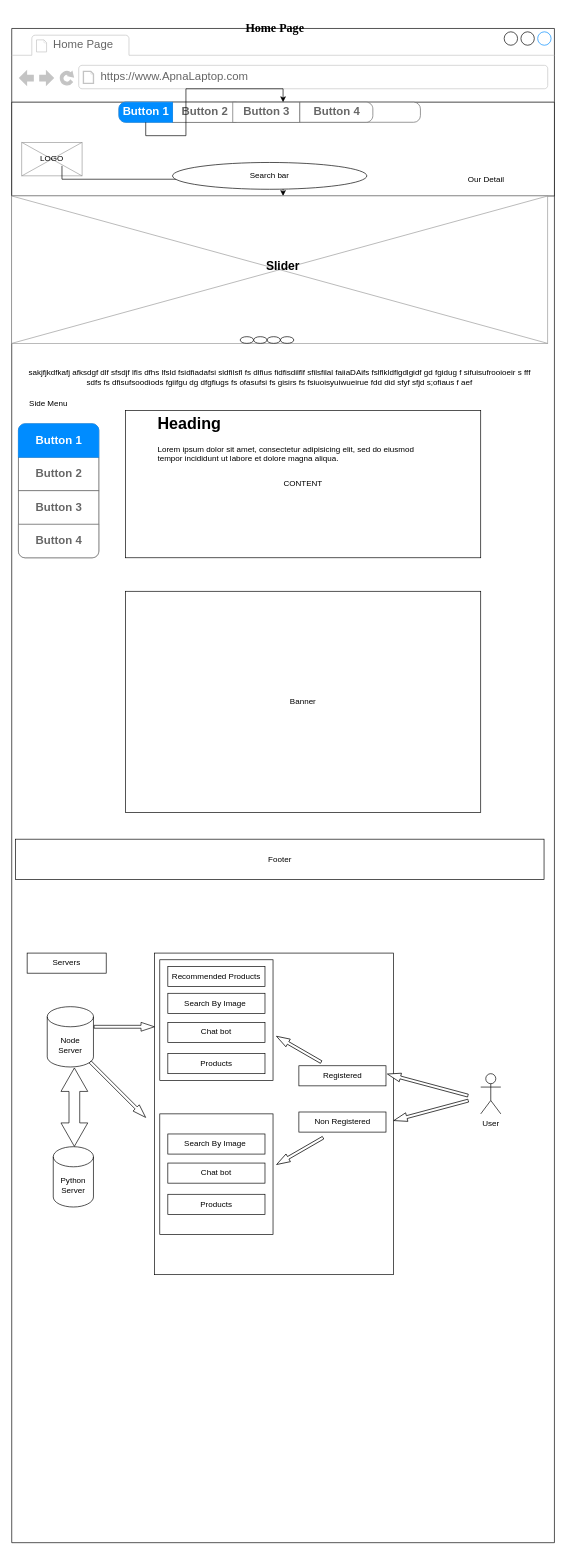
The draw.io diagram HomePage.drawio in Hamza8479/Wireframe, before the edit. Source tidied: cells renumbered, new cells numbered last; positions are measured from the earlier drawing's top-left corner, leaving out a move shared by most shapes. Both pictures are drawn from the tidied source at 67%, with x=0, y=0 at pixel (11, 21).
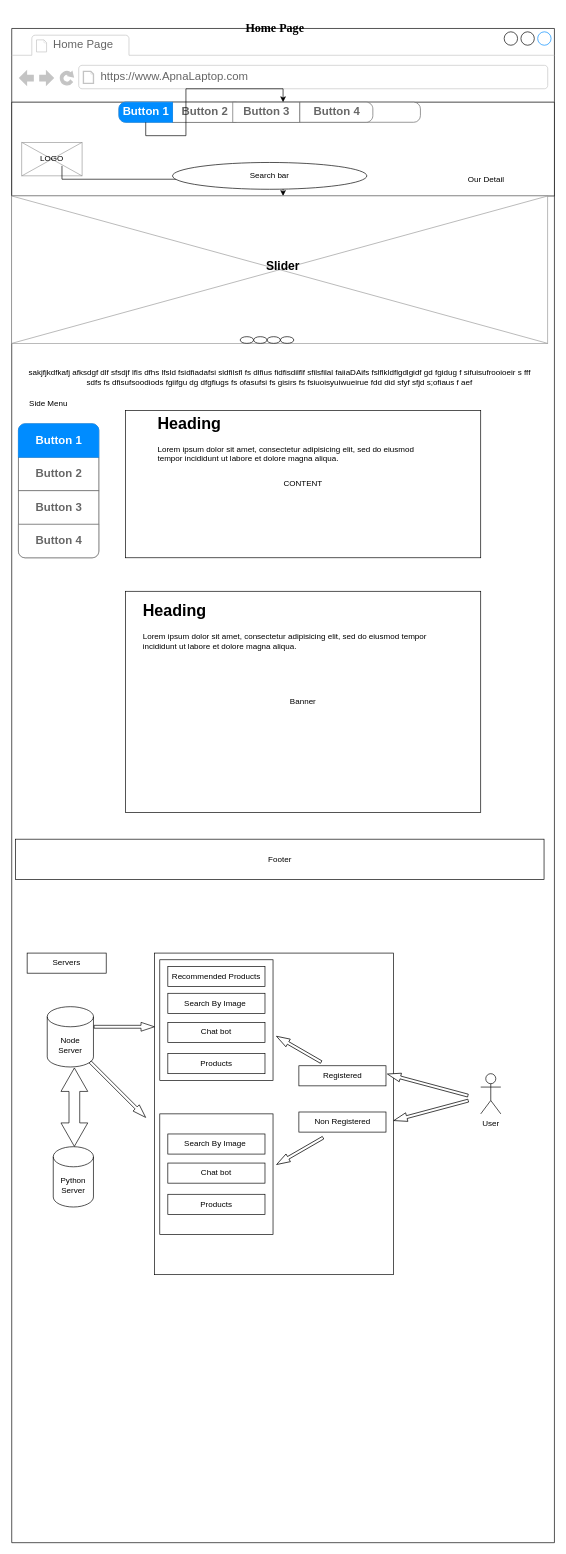
Above is the later version.

Unchanged cells that the change refers to:
```xml
<mxCell id="2" style="strokeWidth=1;shadow=0;dashed=0;align=center;html=1;shape=mxgraph.mockup.containers.browserWindow;rSize=0;strokeColor2=#008cff;strokeColor3=#c4c4c4;mainText=,;" parent="1" vertex="1">
  <mxGeometry y="10" width="810" height="2260" as="geometry" />
</mxCell>
```

Diff of the diagram source:
```diff
@@
+    <mxCell id="59" value="&lt;h1&gt;Heading&lt;/h1&gt;&lt;p&gt;Lorem ipsum dolor sit amet, consectetur adipisicing elit, sed do eiusmod tempor incididunt ut labore et dolore magna aliqua.&lt;/p&gt;" style="text;html=1;strokeColor=none;fillColor=none;spacing=5;spacingTop=-20;whiteSpace=wrap;overflow=hidden;rounded=0;" parent="2" vertex="1">
+      <mxGeometry x="191" y="850" width="459" height="100" as="geometry" />
+    </mxCell>
```
